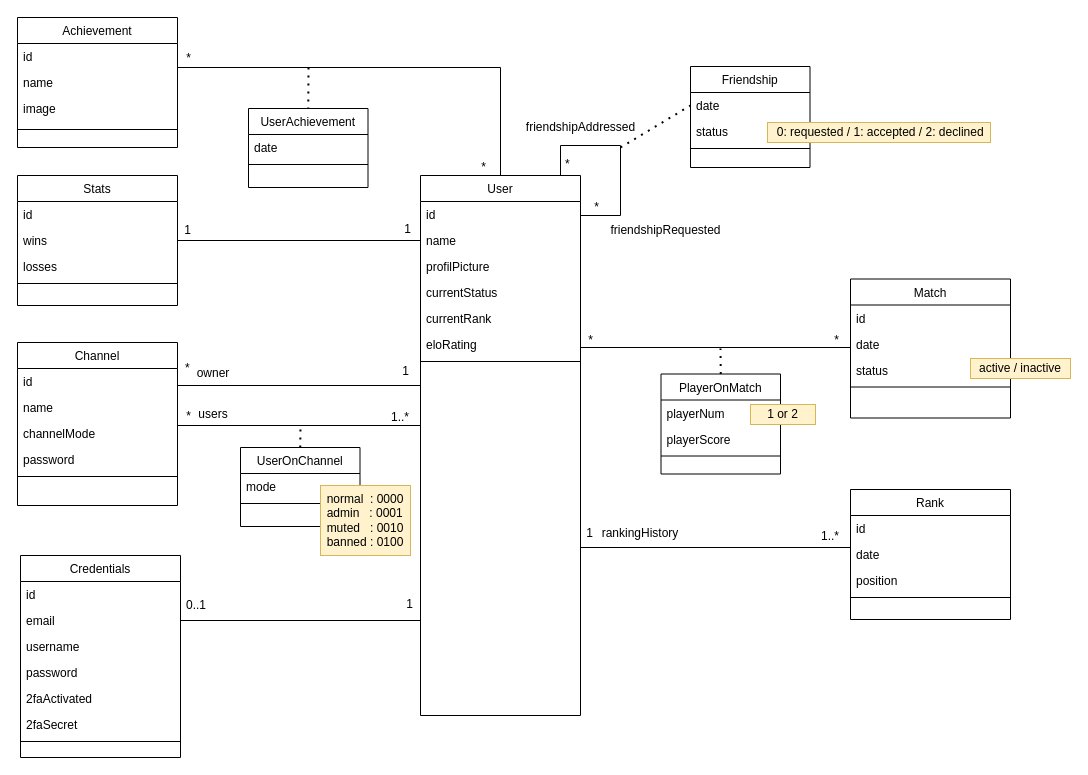
The draw.io diagram doc/datamodel.drawio in transcendence-42/ft_transcendence, before the edit. Source tidied: cells renumbered, new cells numbered last; positions are measured from the earlier drawing's top-left corner, leaving out a move shared by most shapes. Both pictures are drawn from the tidied source at 100%, with x=0, y=0 at pixel (17, 17).
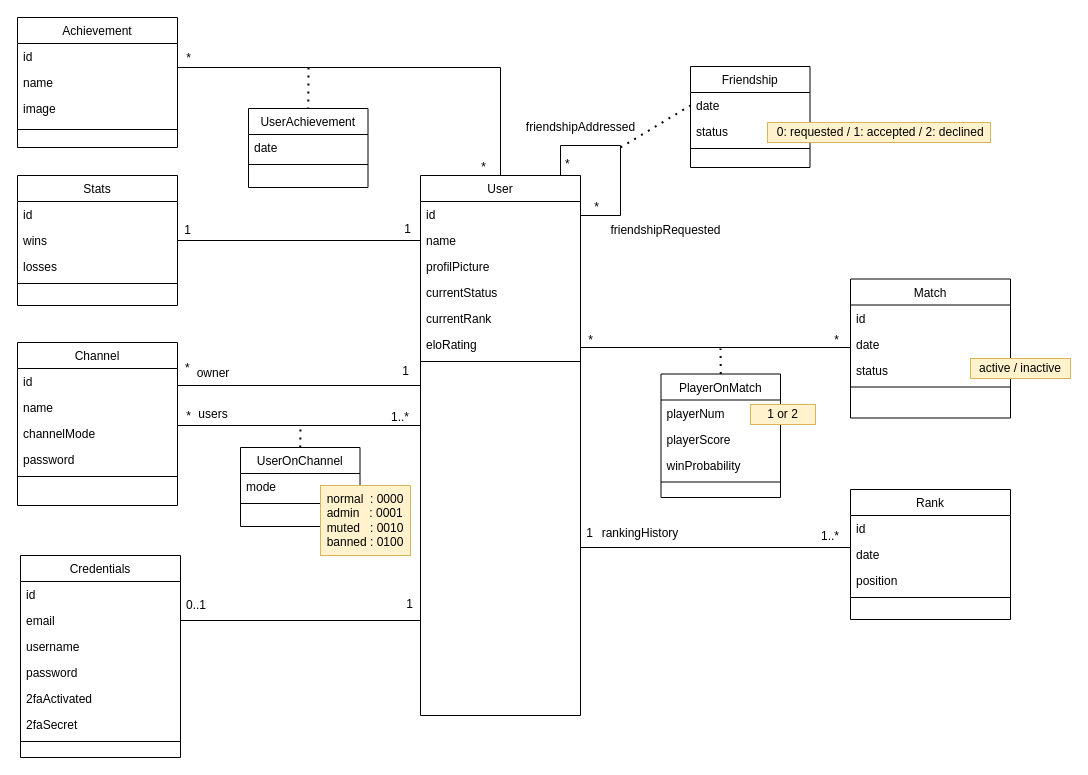
The same page after the edit.

Change to the diagram source:
```diff
@@
     <mxCell id="67" value="PlayerOnMatch" style="swimlane;fontStyle=0;align=center;verticalAlign=top;horizontal=1;startSize=26;rounded=0;shadow=0;strokeWidth=1;" parent="1" vertex="1">
-      <mxGeometry x="643.5" y="356.5" width="119.5" height="100" as="geometry" />
+      <mxGeometry x="643.5" y="356.5" width="119.5" height="123.5" as="geometry" />
     </mxCell>
@@
+    <mxCell id="95" value="winProbability" style="text;align=left;verticalAlign=top;spacingLeft=4;spacingRight=4;overflow=hidden;rounded=0;shadow=0;html=0;" parent="67" vertex="1">
+      <mxGeometry y="78" width="119.5" height="26" as="geometry" />
+    </mxCell>
     <mxCell id="70" style="line;html=1;strokeWidth=1;align=left;verticalAlign=middle;spacingTop=-1;spacingLeft=3;spacingRight=3;labelPosition=right;" parent="67" vertex="1">
-      <mxGeometry y="78" width="119.5" height="8" as="geometry" />
+      <mxGeometry y="104" width="119.5" height="8" as="geometry" />
     </mxCell>
```
